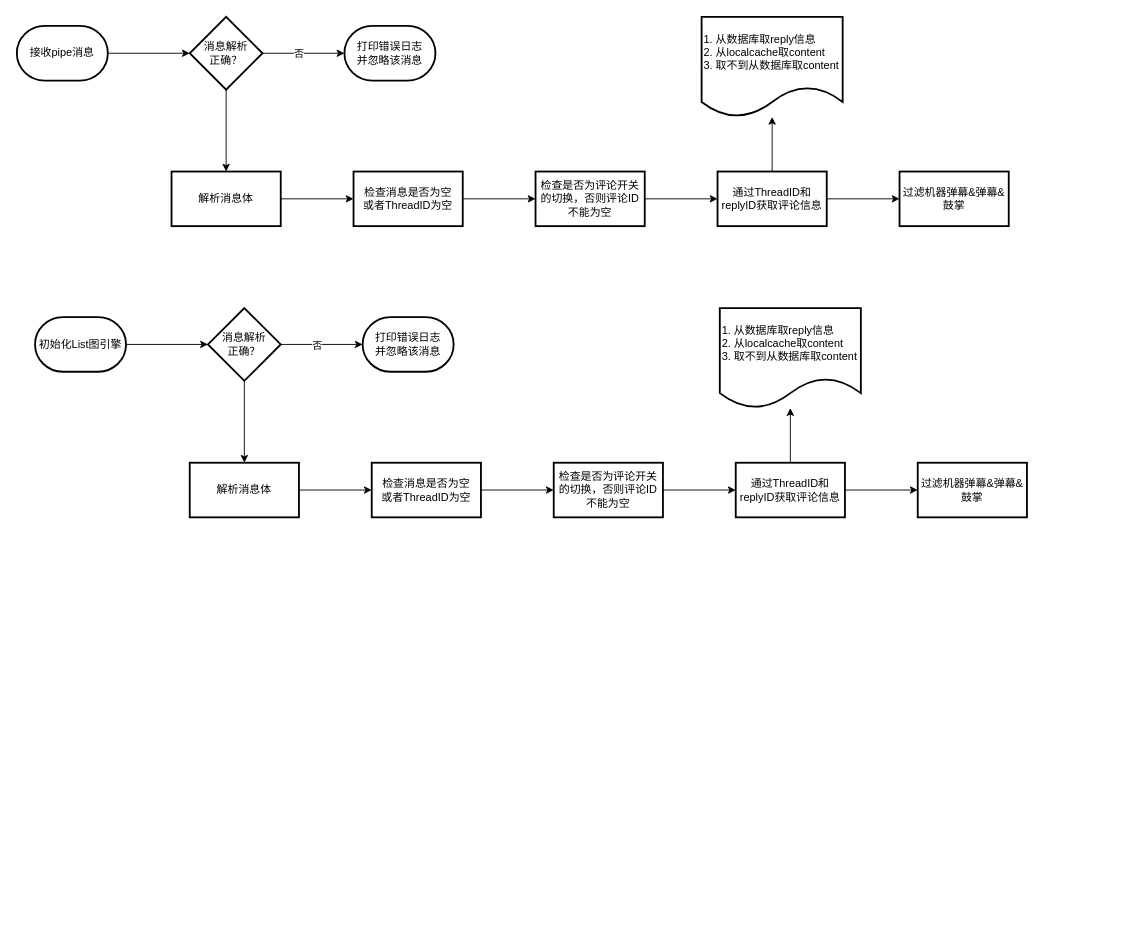
Above: Comment/comment-base-flow.drawio in Mrssqin/draw (draw.io), before the change. Source tidied: cells renumbered, new cells numbered last; positions are measured from the earlier drawing's top-left corner, leaving out a move shared by most shapes. Both pictures are drawn from the tidied source at 91%, with x=0, y=0 at pixel (16, 16).
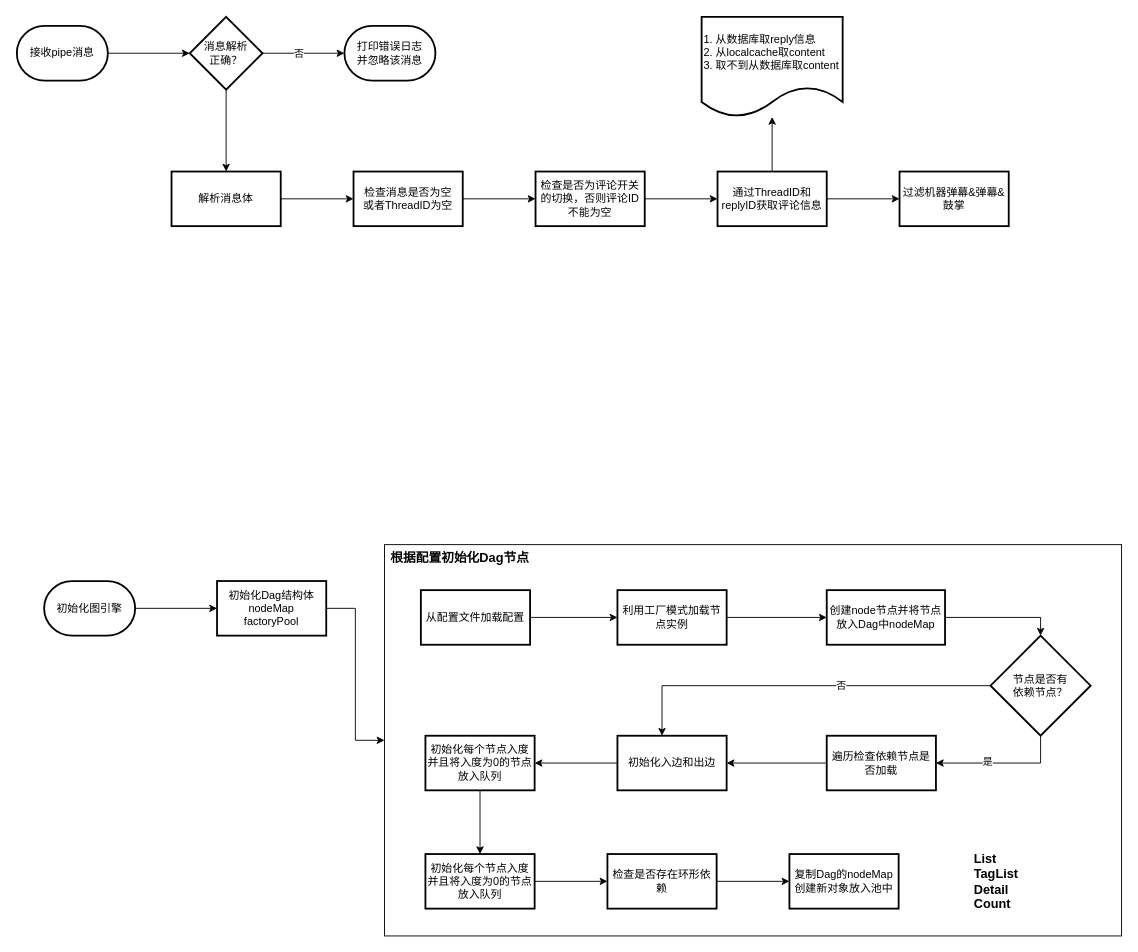
The same diagram, later.

The edit, as a diff of the source:
```diff
@@
+    <mxCell id="38" style="rounded=0;whiteSpace=wrap;html=1;" parent="1" vertex="1">
+      <mxGeometry x="404" y="580" width="810" height="430" as="geometry" />
+    </mxCell>
@@
-    <mxCell id="20" style="edgeStyle=orthogonalEdgeStyle;rounded=0;jettySize=auto;html=1;" parent="1" edge="1" source="21" target="23">
+    <mxCell id="20" style="edgeStyle=orthogonalEdgeStyle;rounded=0;jettySize=auto;html=1;" parent="1" edge="1" source="21" target="28">
       <mxGeometry relative="1" as="geometry" />
     </mxCell>
-    <mxCell id="21" value="初始化List图引擎" style="strokeWidth=2;html=1;shape=mxgraph.flowchart.terminator;whiteSpace=wrap;" parent="1" vertex="1">
-      <mxGeometry x="20" y="330" width="100" height="60" as="geometry" />
+    <mxCell id="21" value="初始化图引擎" style="strokeWidth=2;html=1;shape=mxgraph.flowchart.terminator;whiteSpace=wrap;" parent="1" vertex="1">
+      <mxGeometry x="30" y="620" width="100" height="60" as="geometry" />
     </mxCell>
-    <mxCell id="22" style="edgeStyle=orthogonalEdgeStyle;rounded=0;jettySize=auto;html=1;" parent="1" edge="1" source="23" target="28">
-      <mxGeometry relative="1" as="geometry" />
-    </mxCell>
-    <mxCell id="23" value="消息解析&lt;div&gt;正确？&lt;/div&gt;" style="rhombus;whiteSpace=wrap;html=1;strokeWidth=2;" parent="1" vertex="1">
-      <mxGeometry x="210" y="320" width="80" height="80" as="geometry" />
-    </mxCell>
-    <mxCell id="24" value="打印错误日志&lt;div&gt;并忽略该消息&lt;/div&gt;" style="strokeWidth=2;html=1;shape=mxgraph.flowchart.terminator;whiteSpace=wrap;" parent="1" vertex="1">
-      <mxGeometry x="380" y="330" width="100" height="60" as="geometry" />
-    </mxCell>
-    <mxCell id="25" style="edgeStyle=orthogonalEdgeStyle;rounded=0;jettySize=auto;html=1;entryX=0;entryY=0.5;entryDx=0;entryDy=0;entryPerimeter=0;" parent="1" edge="1" source="23" target="24">
-      <mxGeometry relative="1" as="geometry" />
-    </mxCell>
-    <mxCell id="26" value="否" style="edgeLabel;html=1;align=center;verticalAlign=middle;" parent="25" vertex="1">
-      <mxGeometry x="-0.39" y="-1" relative="1" as="geometry">
-        <mxPoint x="12" y="-1" as="offset" />
-      </mxGeometry>
-    </mxCell>
-    <mxCell id="27" style="edgeStyle=orthogonalEdgeStyle;rounded=0;jettySize=auto;html=1;" parent="1" edge="1" source="28" target="30">
+    <mxCell id="27" style="edgeStyle=orthogonalEdgeStyle;rounded=0;jettySize=auto;html=1;" parent="1" edge="1" source="28" target="38">
       <mxGeometry relative="1" as="geometry" />
     </mxCell>
-    <mxCell id="28" value="解析消息体" style="whiteSpace=wrap;html=1;strokeWidth=2;" parent="1" vertex="1">
-      <mxGeometry x="190" y="490" width="120" height="60" as="geometry" />
+    <mxCell id="28" value="初始化Dag结构体&lt;div&gt;nodeMap&lt;/div&gt;&lt;div&gt;factoryPool&lt;/div&gt;" style="whiteSpace=wrap;html=1;strokeWidth=2;" parent="1" vertex="1">
+      <mxGeometry x="220" y="620" width="120" height="60" as="geometry" />
     </mxCell>
-    <mxCell id="29" style="edgeStyle=orthogonalEdgeStyle;rounded=0;jettySize=auto;html=1;" parent="1" edge="1" source="30" target="32">
-      <mxGeometry relative="1" as="geometry" />
-    </mxCell>
-    <mxCell id="30" value="检查消息是否为空&lt;div&gt;或者ThreadID为空&lt;/div&gt;" style="whiteSpace=wrap;html=1;strokeWidth=2;" parent="1" vertex="1">
-      <mxGeometry x="390" y="490" width="120" height="60" as="geometry" />
-    </mxCell>
@@
-    <mxCell id="32" value="检查是否为评论开关的切换，否则评论ID不能为空" style="whiteSpace=wrap;html=1;strokeWidth=2;" parent="1" vertex="1">
-      <mxGeometry x="590" y="490" width="120" height="60" as="geometry" />
+    <mxCell id="32" value="从配置文件加载配置" style="whiteSpace=wrap;html=1;strokeWidth=2;" parent="1" vertex="1">
+      <mxGeometry x="444" y="630" width="120" height="60" as="geometry" />
     </mxCell>
-    <mxCell id="33" style="edgeStyle=orthogonalEdgeStyle;rounded=0;jettySize=auto;html=1;" parent="1" edge="1" source="35" target="36">
-      <mxGeometry relative="1" as="geometry" />
-    </mxCell>
@@
-    <mxCell id="35" value="通过ThreadID和replyID获取评论信息" style="whiteSpace=wrap;html=1;strokeWidth=2;" parent="1" vertex="1">
-      <mxGeometry x="790" y="490" width="120" height="60" as="geometry" />
+    <mxCell id="35" value="利用工厂模式加载节点实例" style="whiteSpace=wrap;html=1;strokeWidth=2;" parent="1" vertex="1">
+      <mxGeometry x="660" y="630" width="120" height="60" as="geometry" />
     </mxCell>
-    <mxCell id="36" value="1. 从数据库取reply信息&lt;div&gt;2. 从localcache取content&lt;/div&gt;&lt;div&gt;3. 取不到从数据库取content&lt;/div&gt;" style="shape=document;whiteSpace=wrap;html=1;boundedLbl=1;strokeWidth=2;align=left;" parent="1" vertex="1">
-      <mxGeometry x="772.5" y="320" width="155" height="110" as="geometry" />
-    </mxCell>
+    <mxCell id="39" style="edgeStyle=orthogonalEdgeStyle;rounded=0;jettySize=auto;html=1;entryX=0.5;entryY=0;entryDx=0;entryDy=0;" parent="1" edge="1" source="37" target="43">
+      <mxGeometry relative="1" as="geometry" />
+    </mxCell>
-    <mxCell id="37" value="过滤机器弹幕&amp;amp;弹幕&amp;amp;鼓掌" style="whiteSpace=wrap;html=1;strokeWidth=2;" parent="1" vertex="1">
-      <mxGeometry x="990" y="490" width="120" height="60" as="geometry" />
+    <mxCell id="37" value="创建node节点并将节点放入Dag中nodeMap" style="whiteSpace=wrap;html=1;strokeWidth=2;" parent="1" vertex="1">
+      <mxGeometry x="890" y="630" width="130" height="60" as="geometry" />
     </mxCell>
+    <mxCell id="40" value="根据配置初始化Dag节点" style="text;html=1;align=center;verticalAlign=middle;whiteSpace=wrap;rounded=0;fontSize=14;fontStyle=1;" parent="1" vertex="1">
+      <mxGeometry x="404" y="580" width="166" height="30" as="geometry" />
+    </mxCell>
+    <mxCell id="41" style="edgeStyle=orthogonalEdgeStyle;rounded=0;jettySize=auto;html=1;exitX=0.5;exitY=1;exitDx=0;exitDy=0;" parent="1" edge="1" source="43" target="45">
+      <mxGeometry relative="1" as="geometry" />
+    </mxCell>
+    <mxCell id="42" value="是" style="edgeLabel;html=1;align=center;verticalAlign=middle;" parent="41" vertex="1">
+      <mxGeometry x="0.23" y="-2" relative="1" as="geometry" />
+    </mxCell>
+    <mxCell id="26" value="否" style="edgeStyle=orthogonalEdgeStyle;rounded=0;jettySize=auto;html=1;exitX=0;exitY=0.5;exitDx=0;exitDy=0;" parent="1" edge="1" source="43" target="47">
+      <mxGeometry x="-0.21" relative="1" as="geometry">
+        <Array as="points">
+          <mxPoint x="709" y="735" />
+        </Array>
+      </mxGeometry>
+    </mxCell>
+    <mxCell id="43" value="节点是否有&lt;div&gt;依赖节点？&lt;/div&gt;" style="rhombus;whiteSpace=wrap;html=1;strokeWidth=2;" parent="1" vertex="1">
+      <mxGeometry x="1070" y="680" width="110" height="110" as="geometry" />
+    </mxCell>
+    <mxCell id="44" style="edgeStyle=orthogonalEdgeStyle;rounded=0;jettySize=auto;html=1;" parent="1" edge="1" source="45" target="47">
+      <mxGeometry relative="1" as="geometry" />
+    </mxCell>
+    <mxCell id="45" value="遍历检查依赖节点是否加载" style="whiteSpace=wrap;html=1;strokeWidth=2;" parent="1" vertex="1">
+      <mxGeometry x="890" y="790" width="120" height="60" as="geometry" />
+    </mxCell>
+    <mxCell id="46" style="edgeStyle=orthogonalEdgeStyle;rounded=0;jettySize=auto;html=1;" parent="1" edge="1" source="47" target="49">
+      <mxGeometry relative="1" as="geometry" />
+    </mxCell>
+    <mxCell id="47" value="初始化入边和出边" style="whiteSpace=wrap;html=1;strokeWidth=2;" parent="1" vertex="1">
+      <mxGeometry x="660" y="790" width="120" height="60" as="geometry" />
+    </mxCell>
+    <mxCell id="48" style="edgeStyle=orthogonalEdgeStyle;rounded=0;jettySize=auto;html=1;" parent="1" edge="1" source="49" target="51">
+      <mxGeometry relative="1" as="geometry" />
+    </mxCell>
+    <mxCell id="49" value="初始化每个节点入度&lt;div&gt;并且将入度为0的节点放入队列&lt;/div&gt;" style="whiteSpace=wrap;html=1;strokeWidth=2;" parent="1" vertex="1">
+      <mxGeometry x="449" y="790" width="120" height="60" as="geometry" />
+    </mxCell>
+    <mxCell id="50" style="edgeStyle=orthogonalEdgeStyle;rounded=0;jettySize=auto;html=1;" parent="1" edge="1" source="51" target="53">
+      <mxGeometry relative="1" as="geometry" />
+    </mxCell>
+    <mxCell id="51" value="初始化每个节点入度&lt;div&gt;并且将入度为0的节点放入队列&lt;/div&gt;" style="whiteSpace=wrap;html=1;strokeWidth=2;" parent="1" vertex="1">
+      <mxGeometry x="449" y="920" width="120" height="60" as="geometry" />
+    </mxCell>
+    <mxCell id="52" style="edgeStyle=orthogonalEdgeStyle;rounded=0;jettySize=auto;html=1;" parent="1" edge="1" source="53" target="54">
+      <mxGeometry relative="1" as="geometry" />
+    </mxCell>
+    <mxCell id="53" value="检查是否存在环形依赖" style="whiteSpace=wrap;html=1;strokeWidth=2;" parent="1" vertex="1">
+      <mxGeometry x="649" y="920" width="120" height="60" as="geometry" />
+    </mxCell>
+    <mxCell id="54" value="复制Dag的nodeMap创建新对象放入池中" style="whiteSpace=wrap;html=1;strokeWidth=2;" parent="1" vertex="1">
+      <mxGeometry x="849" y="920" width="120" height="60" as="geometry" />
+    </mxCell>
+    <mxCell id="55" value="List&lt;div style=&quot;font-size: 14px;&quot;&gt;TagList&lt;/div&gt;&lt;div style=&quot;font-size: 14px;&quot;&gt;Detail&lt;/div&gt;&lt;div style=&quot;font-size: 14px;&quot;&gt;Count&lt;/div&gt;" style="text;html=1;align=left;verticalAlign=middle;whiteSpace=wrap;rounded=0;fontStyle=1;fontSize=14;" parent="1" vertex="1">
+      <mxGeometry x="1050" y="919" width="70" height="61" as="geometry" />
+    </mxCell>
```
